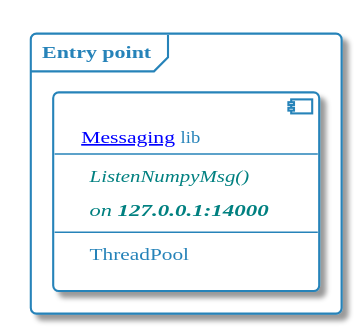
momenttech/maestro-architecture keeps this PlantUML diagram as images/plantuml/FAISS/faiss/FAISS_EntryPoint.svg. Above is the earlier version. Its diagram source:
```plantuml
@startuml




skinparam backgroundColor White








skinparam defaultFontName       "Verdana"
skinparam defaultFontSize       12
skinparam dpi                   100
skinparam shadowing             True
skinparam roundcorner           8
skinparam ParticipantPadding    40
skinparam BoxPadding            40
skinparam Padding               5
skinparam ArrowColor            #868E96
skinparam stereotype {
    CBackgroundColor #EDF0F2
    CBorderColor #BABDBF
    ABackgroundColor #8FB961
    ABorderColor $SUCCESS_DARK
    IBackgroundColor #D2494E
    IBorderColor $DANGER_DARK
    EBackgroundColor #E47833
    EBorderColor $WARNING_DARK
    NBackgroundColor #35638F
    NBorderColor $INFO_DARK
}
skinparam title {
	FontColor	                 #2FA4E7
	BorderColor	                 #BABDBF
	FontSize	    	         20
	BorderRoundCorner            8
	BorderThickness 	         1
	BackgroundColor              White
}

skinparam legend {
	BackgroundColor White
	BorderColor #BABDBF
	FontColor #343A40
}


skinparam activity {
		FontColor #2683B9
	BorderColor #2683B9
	BackgroundColor White
	BarColor #73A839
	StartColor #033C73
	EndColor #033C73
	DiamondBackgroundColor White
  	DiamondBorderColor #BABDBF
	DiamondFontColor #BABDBF
}


skinparam participant {
		FontColor #2683B9
	BorderColor #2683B9
	BackgroundColor White
	ParticipantBorderThickness 2
}


skinparam actor {
		FontColor #2683B9
	BorderColor #2683B9
	BackgroundColor White
}


skinparam arrow {
	Thickness 2.5
	Color #2FA4E7
	FontColor #343A40
}


skinparam sequence {
	BorderColor #2FA4E7
	TitleFontColor #2FA4E7
	BackgroundColor White
	StartColor #2FA4E7
	EndColor #2FA4E7
	BoxBackgroundColor White
	BoxBorderColor #868E96
	BoxFontColor #343A40
	LifeLineBorderColor #BABDBF
	LifeLineBorderThickness 2
	LifeLineBackgroundColor White
	GroupBorderColor #868E96
	GroupFontColor #343A40
	GroupHeaderFontColor #033C73
	DividerBackgroundColor White
    DividerBorderColor #868E96
    DividerBorderThickness 2
    DividerFontColor #343A40
	ReferenceBackgroundColor White
	ReferenceBorderColor #868E96
	ReferenceFontColor #343A40
	ReferenceHeaderFontColor #033C73
}


skinparam partition {
	BorderColor #2FA4E7
	FontColor #2FA4E7
	BackgroundColor White
}


skinparam collections {
		FontColor #2683B9
	BorderColor #2683B9
	BackgroundColor White
}


skinparam control {
		FontColor #2683B9
	BorderColor #2683B9
	BackgroundColor White
}


skinparam entity {
		FontColor #2683B9
	BorderColor #2683B9
	BackgroundColor White
}


skinparam boundary {
		FontColor #2683B9
	BorderColor #2683B9
	BackgroundColor White
}


skinparam agent {
	BackgroundColor White
	BorderColor #999999
	FontColor #333333
}


skinparam note {
	BorderThickness 1
	BackgroundColor White
	BorderColor #033C73
	FontColor #033C73
}


skinparam artifact {
	BackgroundColor White
	BorderColor #868E96
	FontColor #868E96
}


skinparam component {
		FontColor #2683B9
	BorderColor #2683B9
	BackgroundColor White

}


skinparam interface {
	BackgroundColor  White
	BorderColor  #C71C22
	FontColor #343A40
}


skinparam storage {
	BackgroundColor White
  	BorderColor #DD5600
	FontColor #DD5600
}


skinparam node {
	BackgroundColor White
	BorderColor #343A40
	FontColor #343A40
}


skinparam cloud {
	BackgroundColor #F2FCFE-#eeeeee
	BorderColor #F2FCFE
	FontColor #343A40
}


skinparam database {
		FontColor #2683B9
	BorderColor #2683B9
	BackgroundColor White
}


skinparam class {
		FontColor #2683B9
	BorderColor #2683B9
	BackgroundColor White
	HeaderBackgroundColor #2FA4E7-#2683B9
	StereotypeFontColor #343A40
	BorderThickness 1
	AttributeFontColor #343A40
	AttributeFontSize 11
}


skinparam object {
		FontColor #2683B9
	BorderColor #2683B9
	BackgroundColor White
	StereotypeFontColor #343A40
	BorderThickness 1
	AttributeFontColor #BABDBF
	AttributeFontSize 11
}


skinparam usecase {
		FontColor #2683B9
	BorderColor #2683B9
	BackgroundColor White
	BorderThickness 2
	StereotypeFontColor #2FA4E7
}


skinparam rectangle {
		FontColor #2683B9
	BorderColor #2683B9
	BackgroundColor White
	BorderThickness 2
	StereotypeFontColor #2FA4E7
}


skinparam package {
	BackgroundColor #F2FCFE-#eeeeee
  	BorderColor #033C73
	FontColor #033C73
	BorderThickness 2
}


skinparam folder {
	BackgroundColor White
  	BorderColor #DD5600
	FontColor #DD5600
	BorderThickness 2
}


skinparam frame {
		FontColor #2683B9
	BorderColor #2683B9
	BackgroundColor White
	BorderThickness 2
	StereotypeFontColor #2FA4E7
}



skinparam state {
		FontColor #2683B9
	BorderColor #2683B9
	BackgroundColor White
	StartColor #033C73
	EndColor #033C73
	AttributeFontColor #BABDBF
	AttributeFontSize 11
}


skinparam queue {
		FontColor #2683B9
	BorderColor #2683B9
	BackgroundColor White
}


skinparam card {
	BackgroundColor White
	BorderColor #033C73
	FontColor #033C73
}


skinparam file {
	BackgroundColor White
	BorderColor #868E96
	FontColor #868E96
}


skinparam stack {
		FontColor #2683B9
	BorderColor #2683B9
	BackgroundColor White
}



hide stereotype

!pragma horizontalLineBetweenDifferentPackageAllowed

skinparam file<<NOTE>> {
	BorderThickness 0.5
    BackgroundColor LightYellow
	BorderColor LightSteelBlue
	FontColor SteelBlue
    FontSize 10
    ArrowColor LightSteelBlue
}
skinparam arrow<<NOTE>> {
    Color LightSteelBlue
}





skinparam node<<MULTITHREADED>>{
    FontColor #E47833
	BorderColor #E47833
	BackgroundColor White
	BorderThickness 2
	StereotypeFontColor #2FA4E7
}


skinparam package<<CONTAINER>>{
    	BackgroundColor #eeeeee
  	BorderColor #033C73
	FontColor #033C73
	BorderThickness 2
}
skinparam frame<<CONTAINER>>{
    	BackgroundColor #eeeeee
  	BorderColor #033C73
	FontColor #033C73
	BorderThickness 2
}


skinparam rectangle<<boundary>> {
    BackgroundColor #eeeeee
    Shadowing false
    StereotypeFontSize 0
    FontColor #444444
    BorderColor #444444
    BorderStyle dashed
    BoxPadding 0
}

skinparam file<<docker_params>> {
    Shadowing True
    FontSize 10
}












skinparam nodesep 20
skinparam ranksep 10

scale 1





        frame "Entry point" as EntryPoint {
            component FAISS_MSG_C [
                [[http://10.165.64.205/AI/Messaging Messaging]] lib
                ----
                <i><color:teal>ListenNumpyMsg()</color></i>
                <i><color:teal>on <b>127.0.0.1:14000</b></color></i>
                ----
                ThreadPool
                ]
        }





@enduml
```
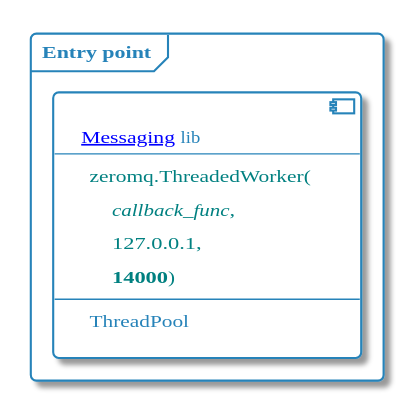
Above is the later version.

The edit, as a diff of the source:
```diff
@@ -1,4 +1,4 @@
-@startuml
+@startuml FAISS_EntryPoint
 
 
 
@@ -319,6 +319,7 @@
 
 hide stereotype
 
+skinparam backgroundColor transparent
 !pragma horizontalLineBetweenDifferentPackageAllowed
 
 skinparam file<<NOTE>> {
@@ -399,8 +400,10 @@
             component FAISS_MSG_C [
                 [[http://10.165.64.205/AI/Messaging Messaging]] lib
                 ----
-                <i><color:teal>ListenNumpyMsg()</color></i>
-                <i><color:teal>on <b>127.0.0.1:14000</b></color></i>
+                <color:teal>zeromq.ThreadedWorker(</color>
+                <color:teal>    <i>callback_func</i>,</color>
+                <color:teal>    127.0.0.1,</color>
+                <color:teal>    <b>14000</b>)</color>
                 ----
                 ThreadPool
                 ]
```
